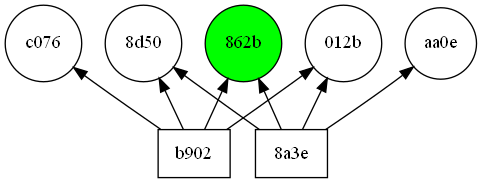
The Graphviz diagram doctest-output/visitor.gv.png in ziyadalrasbi/F20SC-CW2, before a commit. Its source is kept beside it as doctest-output/visitor.gv.
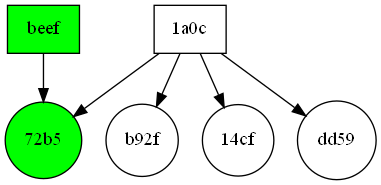
The same file after the commit.

Commit message:
implement user_id into graph

Change to the diagram source:
```diff
@@ -1,26 +1,20 @@
 digraph visitor {
-	graph [rank=max]
+	graph [rank=min]
 	node [shape=rectangle]
-	"4065369dbee2b902" [label=b902 fillcolor=white shape=rectangle style=filled]
-	"4065369dbee2b902" -> "140310171202-000000002e5a8ff1f577548fec708d50"
-	"4065369dbee2b902" -> "140310170010-0000000067dc80801f1df696ae52862b"
-	"4065369dbee2b902" -> "140310171114-00000000950ae9deb4faca996b0ec076"
-	"4065369dbee2b902" -> "140310171030-000000008b8d98e95ac0797e7fdb012b"
-	"3c01241d5c3a8a3e" [label="8a3e" fillcolor=white shape=rectangle style=filled]
-	"3c01241d5c3a8a3e" -> "140310171202-000000002e5a8ff1f577548fec708d50"
-	"3c01241d5c3a8a3e" -> "140310165657-0000000068d21bb99dec3ad6ee60aa0e"
-	"3c01241d5c3a8a3e" -> "140310170010-0000000067dc80801f1df696ae52862b"
-	"3c01241d5c3a8a3e" -> "140310171030-000000008b8d98e95ac0797e7fdb012b"
+	"00000000deadbeef" [label=beef fillcolor=green shape=rectangle style=filled]
+	"00000000deadbeef" -> "100806162735-00000000115598650cb8b514246272b5"
+	"4108dc09bfe11a0c" [label="1a0c" fillcolor=white shape=rectangle style=filled]
+	"4108dc09bfe11a0c" -> "100806172045-0000000081705fbea3553bd0d745b92f"
+	"4108dc09bfe11a0c" -> "100806162735-00000000115598650cb8b514246272b5"
+	"4108dc09bfe11a0c" -> "101122221951-00000000a695c340822e61891c8f14cf"
+	"4108dc09bfe11a0c" -> "100405170355-00000000ee4bfd24d2ff703b9147dd59"
 	subgraph document {
-		graph [rank=min]
+		graph [rank=max]
 		node [shape=circle]
-		"140310165657-0000000068d21bb99dec3ad6ee60aa0e" [label=aa0e fillcolor=white shape=circle]
-		"140310170010-0000000067dc80801f1df696ae52862b" [label="862b" fillcolor=green shape=circle style=filled]
-		"140310170010-0000000067dc80801f1df696ae52862b" [label="862b" fillcolor=green shape=circle style=filled]
-		"140310171030-000000008b8d98e95ac0797e7fdb012b" [label="012b" fillcolor=white shape=circle]
-		"140310171030-000000008b8d98e95ac0797e7fdb012b" [label="012b" fillcolor=white shape=circle]
-		"140310171114-00000000950ae9deb4faca996b0ec076" [label=c076 fillcolor=white shape=circle]
-		"140310171202-000000002e5a8ff1f577548fec708d50" [label="8d50" fillcolor=white shape=circle]
-		"140310171202-000000002e5a8ff1f577548fec708d50" [label="8d50" fillcolor=white shape=circle]
+		"100405170355-00000000ee4bfd24d2ff703b9147dd59" [label=dd59 fillcolor=white shape=circle]
+		"100806162735-00000000115598650cb8b514246272b5" [label="72b5" fillcolor=green shape=circle style=filled]
+		"100806162735-00000000115598650cb8b514246272b5" [label="72b5" fillcolor=green shape=circle style=filled]
+		"100806172045-0000000081705fbea3553bd0d745b92f" [label=b92f fillcolor=white shape=circle]
+		"101122221951-00000000a695c340822e61891c8f14cf" [label="14cf" fillcolor=white shape=circle]
 	}
 }
```
